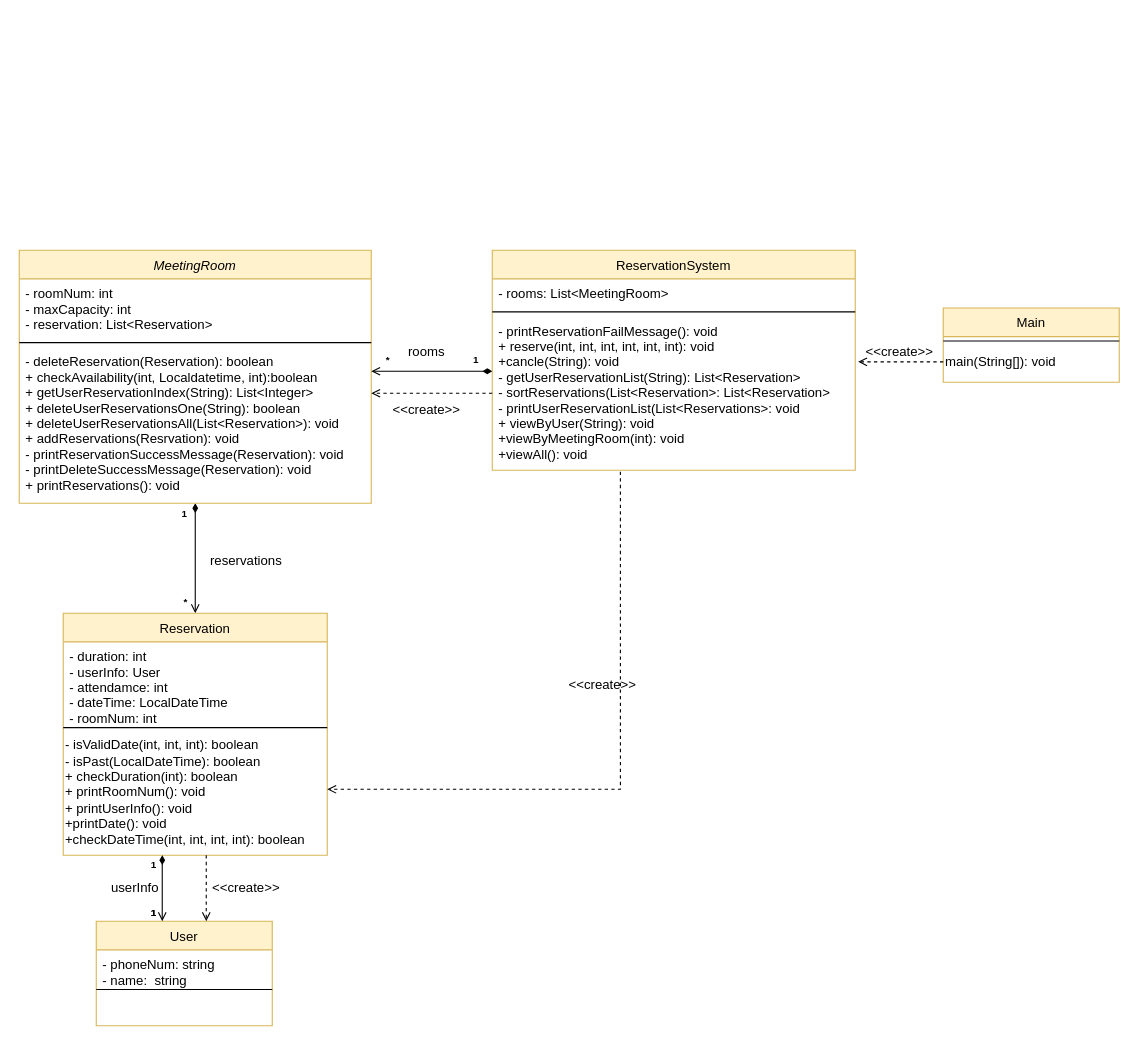
jototohahaha/javaStudy keeps this draw.io diagram as meetingRoomReservationSystem.drawio. Above is the earlier version. Source tidied: cells renumbered, new cells numbered last; positions are measured from the earlier drawing's top-left corner, leaving out a move shared by most shapes. Both pictures are drawn from the tidied source at 110%, with x=0, y=0 at pixel (19, 250).
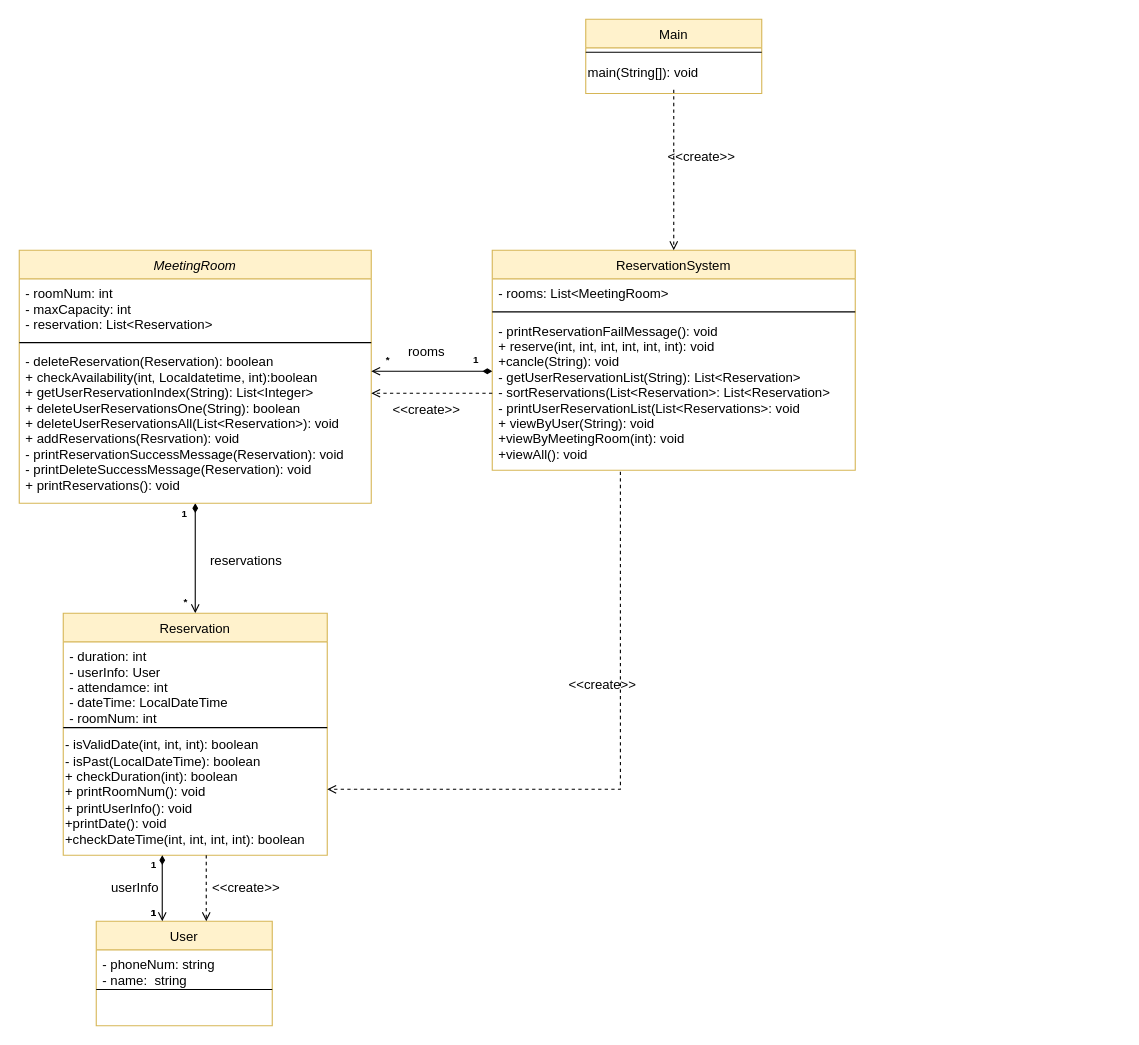
Above is the later version.

Unchanged cells that the change refers to:
```xml
<mxCell id="15" value="ReservationSystem" style="swimlane;fontStyle=0;align=center;verticalAlign=top;horizontal=1;startSize=26;rounded=0;shadow=0;strokeWidth=1;fillColor=#fff2cc;strokeColor=#d6b656;" parent="1" vertex="1">
  <mxGeometry x="430" width="330" height="200" as="geometry" />
</mxCell>
<mxCell id="19" value="- printReservationFailMessage(): void&#10;+ reserve(int, int, int, int, int, int): void&#10;+cancle(String): void&#10;- getUserReservationList(String): List&lt;Reservation&gt;&#10;- sortReservations(List&lt;Reservation&gt;: List&lt;Reservation&gt;&#10;- printUserReservationList(List&lt;Reservations&gt;: void&#10;+ viewByUser(String): void&#10;+viewByMeetingRoom(int): void&#10;+viewAll(): void&#10;" style="text;align=left;verticalAlign=top;spacingLeft=4;spacingRight=4;overflow=hidden;points=[[0,0.5],[1,0.5]];portConstraint=eastwest;" parent="15" vertex="1">
  <mxGeometry y="60" width="330" height="140" as="geometry" />
</mxCell>
<mxCell id="38" value="main(String[]): void" style="text;html=1;align=left;verticalAlign=middle;points=[];strokeColor=none;fillColor=none;" parent="36" vertex="1">
  <mxGeometry y="34" width="160" height="30" as="geometry" />
</mxCell>
```

The edit, as a diff of the source:
```diff
@@
     <mxCell id="36" value="Main" style="swimlane;fontStyle=0;align=center;verticalAlign=top;horizontal=1;startSize=26;rounded=0;shadow=0;strokeWidth=1;fillColor=#fff2cc;strokeColor=#d6b656;" parent="1" vertex="1">
-      <mxGeometry x="840" y="52.5" width="160" height="67.5" as="geometry" />
+      <mxGeometry x="515" y="-210" width="160" height="67.5" as="geometry" />
     </mxCell>
@@
-    <mxCell id="39" style="edgeStyle=orthogonalEdgeStyle;rounded=0;jettySize=auto;html=1;entryX=1.008;entryY=0.296;entryDx=0;entryDy=0;entryPerimeter=0;endArrow=open;endFill=0;dashed=1;" parent="1" edge="1" source="38" target="19">
+    <mxCell id="39" style="rounded=0;jettySize=auto;html=1;endArrow=open;endFill=0;dashed=1;entryX=0.5;entryY=0;entryDx=0;entryDy=0;" parent="1" edge="1" source="38" target="15">
       <mxGeometry relative="1" as="geometry" />
     </mxCell>
     <mxCell id="40" value="&amp;lt;&amp;lt;create&amp;gt;&amp;gt;" style="text;html=1;align=center;verticalAlign=middle;strokeColor=none;fillColor=none;" parent="1" vertex="1">
-      <mxGeometry x="760" y="78" width="80" height="30" as="geometry" />
+      <mxGeometry x="580" y="-100" width="80" height="30" as="geometry" />
     </mxCell>
```
